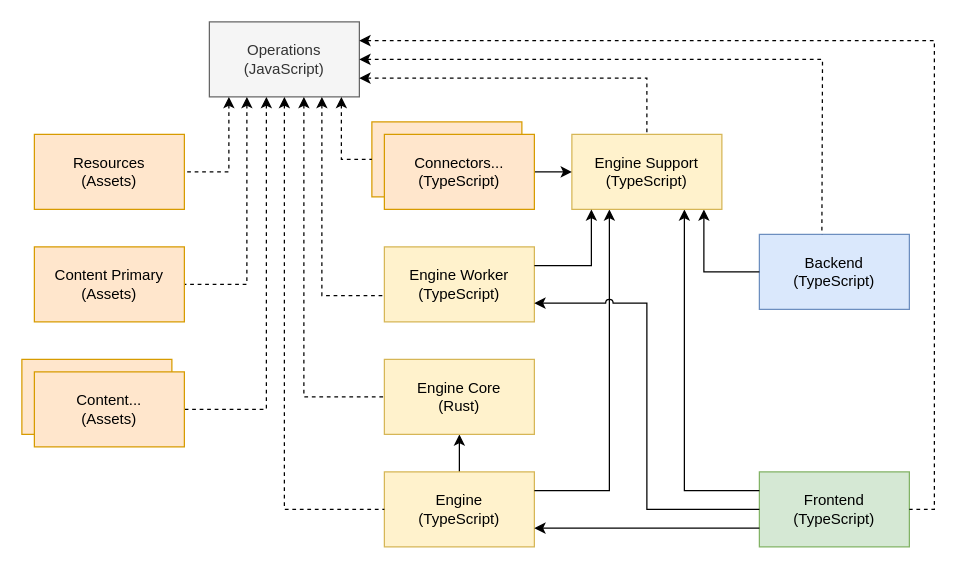
Before: public/diagrams/Project Dependencies.drawio in data-positioning/datapos-resources, a draw.io diagram. Source tidied: cells renumbered, new cells numbered last; positions are measured from the earlier drawing's top-left corner, leaving out a move shared by most shapes. Both pictures are drawn from the tidied source at 125%, with x=0, y=0 at pixel (21, 21).
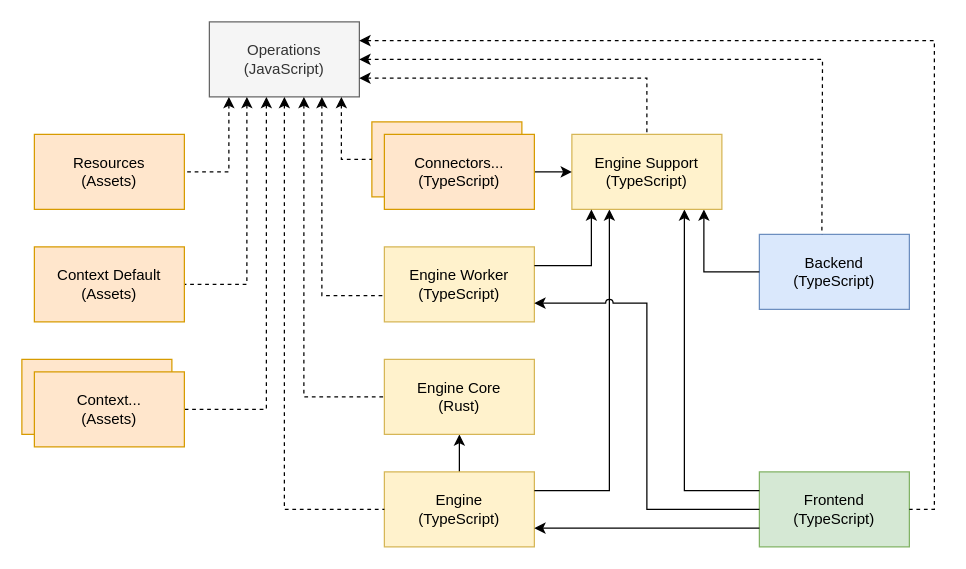
The same diagram, later.

Change to the diagram source:
```diff
@@
-    <mxCell id="30" value="Content Primary&lt;br style=&quot;border-color: var(--border-color);&quot;&gt;(Assets)" style="rounded=0;whiteSpace=wrap;html=1;fillColor=#ffe6cc;strokeColor=#d79b00;" parent="1" vertex="1">
+    <mxCell id="30" value="Context Default&lt;br style=&quot;border-color: var(--border-color);&quot;&gt;(Assets)" style="rounded=0;whiteSpace=wrap;html=1;fillColor=#ffe6cc;strokeColor=#d79b00;" parent="1" vertex="1">
       <mxGeometry x="10" y="180" width="120" height="60" as="geometry" />
     </mxCell>
@@
-    <mxCell id="32" value="Content...&lt;br style=&quot;border-color: var(--border-color);&quot;&gt;(Assets)" style="rounded=0;whiteSpace=wrap;html=1;fillColor=#ffe6cc;strokeColor=#d79b00;" parent="1" vertex="1">
+    <mxCell id="32" value="Context...&lt;br style=&quot;border-color: var(--border-color);&quot;&gt;(Assets)" style="rounded=0;whiteSpace=wrap;html=1;fillColor=#ffe6cc;strokeColor=#d79b00;" parent="1" vertex="1">
       <mxGeometry x="10" y="280" width="120" height="60" as="geometry" />
     </mxCell>
```
